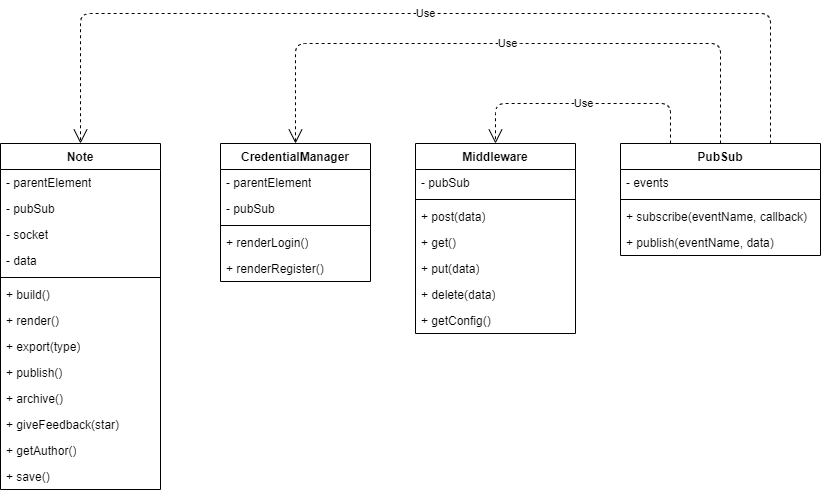
This is assets/schemas/SchemaOgetti.drawio.png from AngeloRipamonti/5C_RipamontiAvvedutoKotisCinquetti_PortaleAppunti, a draw.io export, as it was before one commit. Source tidied: cells renumbered, new cells last; positions are measured from the earlier drawing's top-left corner, leaving out a move shared by most shapes. Source of this version:
```xml
<mxGraphModel>
  <root>
    <mxCell id="0" />
    <mxCell id="1" parent="0" />
    <mxCell id="2" value="Note" style="swimlane;fontStyle=1;align=center;verticalAlign=top;horizontal=1;startSize=26;whiteSpace=wrap;html=1;" parent="1" vertex="1">
      <mxGeometry y="130" width="160" height="346" as="geometry" />
    </mxCell>
    <mxCell id="3" value="- parentElement" style="text;strokeColor=none;fillColor=none;align=left;verticalAlign=top;spacingLeft=4;spacingRight=4;overflow=hidden;whiteSpace=wrap;html=1;" parent="2" vertex="1">
      <mxGeometry y="26" width="160" height="26" as="geometry" />
    </mxCell>
    <mxCell id="4" value="- pubSub" style="text;strokeColor=none;fillColor=none;align=left;verticalAlign=top;spacingLeft=4;spacingRight=4;overflow=hidden;whiteSpace=wrap;html=1;" parent="2" vertex="1">
      <mxGeometry y="52" width="160" height="26" as="geometry" />
    </mxCell>
    <mxCell id="5" value="- socket" style="text;strokeColor=none;fillColor=none;align=left;verticalAlign=top;spacingLeft=4;spacingRight=4;overflow=hidden;whiteSpace=wrap;html=1;" parent="2" vertex="1">
      <mxGeometry y="78" width="160" height="26" as="geometry" />
    </mxCell>
    <mxCell id="6" value="- data" style="text;strokeColor=none;fillColor=none;align=left;verticalAlign=top;spacingLeft=4;spacingRight=4;overflow=hidden;whiteSpace=wrap;html=1;" parent="2" vertex="1">
      <mxGeometry y="104" width="160" height="26" as="geometry" />
    </mxCell>
    <mxCell id="7" style="line;strokeWidth=1;fillColor=none;align=left;verticalAlign=middle;spacingTop=-1;spacingLeft=3;spacingRight=3;labelPosition=right;strokeColor=inherit;" parent="2" vertex="1">
      <mxGeometry y="130" width="160" height="8" as="geometry" />
    </mxCell>
    <mxCell id="8" value="+ build()" style="text;strokeColor=none;fillColor=none;align=left;verticalAlign=top;spacingLeft=4;spacingRight=4;overflow=hidden;whiteSpace=wrap;html=1;" parent="2" vertex="1">
      <mxGeometry y="138" width="160" height="26" as="geometry" />
    </mxCell>
    <mxCell id="9" value="+ render()" style="text;strokeColor=none;fillColor=none;align=left;verticalAlign=top;spacingLeft=4;spacingRight=4;overflow=hidden;whiteSpace=wrap;html=1;" parent="2" vertex="1">
      <mxGeometry y="164" width="160" height="26" as="geometry" />
    </mxCell>
    <mxCell id="10" value="+ export(type)" style="text;strokeColor=none;fillColor=none;align=left;verticalAlign=top;spacingLeft=4;spacingRight=4;overflow=hidden;whiteSpace=wrap;html=1;" parent="2" vertex="1">
      <mxGeometry y="190" width="160" height="26" as="geometry" />
    </mxCell>
    <mxCell id="11" value="+ publish()" style="text;strokeColor=none;fillColor=none;align=left;verticalAlign=top;spacingLeft=4;spacingRight=4;overflow=hidden;whiteSpace=wrap;html=1;" parent="2" vertex="1">
      <mxGeometry y="216" width="160" height="26" as="geometry" />
    </mxCell>
    <mxCell id="12" value="+ archive()" style="text;strokeColor=none;fillColor=none;align=left;verticalAlign=top;spacingLeft=4;spacingRight=4;overflow=hidden;whiteSpace=wrap;html=1;" parent="2" vertex="1">
      <mxGeometry y="242" width="160" height="26" as="geometry" />
    </mxCell>
    <mxCell id="13" value="+ giveFeedback(star)" style="text;strokeColor=none;fillColor=none;align=left;verticalAlign=top;spacingLeft=4;spacingRight=4;overflow=hidden;whiteSpace=wrap;html=1;" parent="2" vertex="1">
      <mxGeometry y="268" width="160" height="26" as="geometry" />
    </mxCell>
    <mxCell id="14" value="+ getAuthor()" style="text;strokeColor=none;fillColor=none;align=left;verticalAlign=top;spacingLeft=4;spacingRight=4;overflow=hidden;whiteSpace=wrap;html=1;" parent="2" vertex="1">
      <mxGeometry y="294" width="160" height="26" as="geometry" />
    </mxCell>
    <mxCell id="15" value="+ save()" style="text;strokeColor=none;fillColor=none;align=left;verticalAlign=top;spacingLeft=4;spacingRight=4;overflow=hidden;whiteSpace=wrap;html=1;" parent="2" vertex="1">
      <mxGeometry y="320" width="160" height="26" as="geometry" />
    </mxCell>
    <mxCell id="16" value="CredentialManager" style="swimlane;fontStyle=1;align=center;verticalAlign=top;horizontal=1;startSize=26;whiteSpace=wrap;html=1;" parent="1" vertex="1">
      <mxGeometry x="220" y="130" width="150" height="138" as="geometry" />
    </mxCell>
    <mxCell id="17" value="- parentElement" style="text;strokeColor=none;fillColor=none;align=left;verticalAlign=top;spacingLeft=4;spacingRight=4;overflow=hidden;whiteSpace=wrap;html=1;" parent="16" vertex="1">
      <mxGeometry y="26" width="150" height="26" as="geometry" />
    </mxCell>
    <mxCell id="18" value="- pubSub" style="text;strokeColor=none;fillColor=none;align=left;verticalAlign=top;spacingLeft=4;spacingRight=4;overflow=hidden;whiteSpace=wrap;html=1;" parent="16" vertex="1">
      <mxGeometry y="52" width="150" height="26" as="geometry" />
    </mxCell>
    <mxCell id="19" style="line;strokeWidth=1;fillColor=none;align=left;verticalAlign=middle;spacingTop=-1;spacingLeft=3;spacingRight=3;labelPosition=right;strokeColor=inherit;" parent="16" vertex="1">
      <mxGeometry y="78" width="150" height="8" as="geometry" />
    </mxCell>
    <mxCell id="20" value="+ renderLogin()" style="text;strokeColor=none;fillColor=none;align=left;verticalAlign=top;spacingLeft=4;spacingRight=4;overflow=hidden;whiteSpace=wrap;html=1;" parent="16" vertex="1">
      <mxGeometry y="86" width="150" height="26" as="geometry" />
    </mxCell>
    <mxCell id="21" value="+ renderRegister()" style="text;strokeColor=none;fillColor=none;align=left;verticalAlign=top;spacingLeft=4;spacingRight=4;overflow=hidden;whiteSpace=wrap;html=1;" parent="16" vertex="1">
      <mxGeometry y="112" width="150" height="26" as="geometry" />
    </mxCell>
    <mxCell id="22" value="PubSub" style="swimlane;fontStyle=1;align=center;verticalAlign=top;horizontal=1;startSize=26;whiteSpace=wrap;html=1;" parent="1" vertex="1">
      <mxGeometry x="620" y="130" width="200" height="112" as="geometry" />
    </mxCell>
    <mxCell id="23" value="- events" style="text;strokeColor=none;fillColor=none;align=left;verticalAlign=top;spacingLeft=4;spacingRight=4;overflow=hidden;whiteSpace=wrap;html=1;" parent="22" vertex="1">
      <mxGeometry y="26" width="200" height="26" as="geometry" />
    </mxCell>
    <mxCell id="24" style="line;strokeWidth=1;fillColor=none;align=left;verticalAlign=middle;spacingTop=-1;spacingLeft=3;spacingRight=3;labelPosition=right;strokeColor=inherit;" parent="22" vertex="1">
      <mxGeometry y="52" width="200" height="8" as="geometry" />
    </mxCell>
    <mxCell id="25" value="+ subscribe(eventName, callback)" style="text;strokeColor=none;fillColor=none;align=left;verticalAlign=top;spacingLeft=4;spacingRight=4;overflow=hidden;whiteSpace=wrap;html=1;" parent="22" vertex="1">
      <mxGeometry y="60" width="200" height="26" as="geometry" />
    </mxCell>
    <mxCell id="26" value="+ publish(eventName, data)" style="text;strokeColor=none;fillColor=none;align=left;verticalAlign=top;spacingLeft=4;spacingRight=4;overflow=hidden;whiteSpace=wrap;html=1;" parent="22" vertex="1">
      <mxGeometry y="86" width="200" height="26" as="geometry" />
    </mxCell>
    <mxCell id="27" value="Use" style="endArrow=open;endSize=12;dashed=1;html=1;exitX=0.75;exitY=0;exitDx=0;exitDy=0;entryX=0.5;entryY=0;entryDx=0;entryDy=0;" parent="1" edge="1" source="22" target="2">
      <mxGeometry relative="1" as="geometry">
        <Array as="points">
          <mxPoint x="770" />
          <mxPoint x="80" />
        </Array>
      </mxGeometry>
    </mxCell>
    <mxCell id="28" value="Use" style="endArrow=open;endSize=12;dashed=1;html=1;exitX=0.5;exitY=0;exitDx=0;exitDy=0;entryX=0.5;entryY=0;entryDx=0;entryDy=0;" parent="1" edge="1" source="22" target="16">
      <mxGeometry relative="1" as="geometry">
        <Array as="points">
          <mxPoint x="720" y="30" />
          <mxPoint x="510" y="30" />
          <mxPoint x="295" y="30" />
        </Array>
      </mxGeometry>
    </mxCell>
    <mxCell id="29" value="Middleware" style="swimlane;fontStyle=1;align=center;verticalAlign=top;horizontal=1;startSize=26;whiteSpace=wrap;html=1;" parent="1" vertex="1">
      <mxGeometry x="415" y="130" width="160" height="190" as="geometry" />
    </mxCell>
    <mxCell id="30" value="- pubSub" style="text;strokeColor=none;fillColor=none;align=left;verticalAlign=top;spacingLeft=4;spacingRight=4;overflow=hidden;whiteSpace=wrap;html=1;" parent="29" vertex="1">
      <mxGeometry y="26" width="160" height="26" as="geometry" />
    </mxCell>
    <mxCell id="31" style="line;strokeWidth=1;fillColor=none;align=left;verticalAlign=middle;spacingTop=-1;spacingLeft=3;spacingRight=3;labelPosition=right;strokeColor=inherit;" parent="29" vertex="1">
      <mxGeometry y="52" width="160" height="8" as="geometry" />
    </mxCell>
    <mxCell id="32" value="+ post(data)" style="text;strokeColor=none;fillColor=none;align=left;verticalAlign=top;spacingLeft=4;spacingRight=4;overflow=hidden;whiteSpace=wrap;html=1;" parent="29" vertex="1">
      <mxGeometry y="60" width="160" height="26" as="geometry" />
    </mxCell>
    <mxCell id="33" value="+ get()" style="text;strokeColor=none;fillColor=none;align=left;verticalAlign=top;spacingLeft=4;spacingRight=4;overflow=hidden;whiteSpace=wrap;html=1;" parent="29" vertex="1">
      <mxGeometry y="86" width="160" height="26" as="geometry" />
    </mxCell>
    <mxCell id="34" value="+ put(data)" style="text;strokeColor=none;fillColor=none;align=left;verticalAlign=top;spacingLeft=4;spacingRight=4;overflow=hidden;whiteSpace=wrap;html=1;" parent="29" vertex="1">
      <mxGeometry y="112" width="160" height="26" as="geometry" />
    </mxCell>
    <mxCell id="35" value="+ delete(data)" style="text;strokeColor=none;fillColor=none;align=left;verticalAlign=top;spacingLeft=4;spacingRight=4;overflow=hidden;whiteSpace=wrap;html=1;" parent="29" vertex="1">
      <mxGeometry y="138" width="160" height="26" as="geometry" />
    </mxCell>
    <mxCell id="36" value="+ getConfig()" style="text;strokeColor=none;fillColor=none;align=left;verticalAlign=top;spacingLeft=4;spacingRight=4;overflow=hidden;whiteSpace=wrap;html=1;" parent="29" vertex="1">
      <mxGeometry y="164" width="160" height="26" as="geometry" />
    </mxCell>
    <mxCell id="37" value="Use" style="endArrow=open;endSize=12;dashed=1;html=1;exitX=0.25;exitY=0;exitDx=0;exitDy=0;entryX=0.5;entryY=0;entryDx=0;entryDy=0;" parent="1" edge="1" source="22" target="29">
      <mxGeometry relative="1" as="geometry">
        <Array as="points">
          <mxPoint x="670" y="90" />
          <mxPoint x="495" y="90" />
        </Array>
      </mxGeometry>
    </mxCell>
  </root>
</mxGraphModel>
```
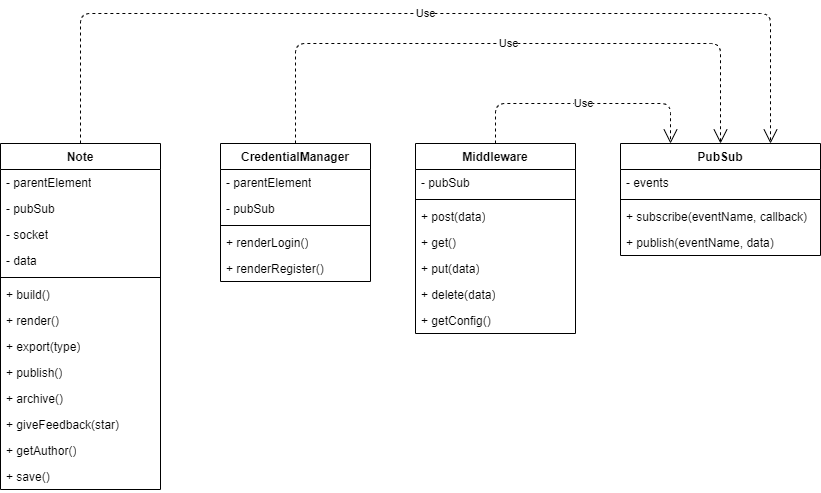
Later version of the same file.

Commit message:
reverse arrow

What changed in the source:
```diff
@@ -77,20 +77,20 @@
     <mxCell id="26" value="+ publish(eventName, data)" style="text;strokeColor=none;fillColor=none;align=left;verticalAlign=top;spacingLeft=4;spacingRight=4;overflow=hidden;whiteSpace=wrap;html=1;" parent="22" vertex="1">
       <mxGeometry y="86" width="200" height="26" as="geometry" />
     </mxCell>
-    <mxCell id="27" value="Use" style="endArrow=open;endSize=12;dashed=1;html=1;exitX=0.75;exitY=0;exitDx=0;exitDy=0;entryX=0.5;entryY=0;entryDx=0;entryDy=0;" parent="1" edge="1" source="22" target="2">
+    <mxCell id="27" value="Use" style="endArrow=open;endSize=12;dashed=1;html=1;exitX=0.5;exitY=0;exitDx=0;exitDy=0;entryX=0.75;entryY=0;entryDx=0;entryDy=0;" parent="1" edge="1" source="2" target="22">
       <mxGeometry relative="1" as="geometry">
         <Array as="points">
+          <mxPoint x="80" />
           <mxPoint x="770" />
-          <mxPoint x="80" />
         </Array>
       </mxGeometry>
     </mxCell>
-    <mxCell id="28" value="Use" style="endArrow=open;endSize=12;dashed=1;html=1;exitX=0.5;exitY=0;exitDx=0;exitDy=0;entryX=0.5;entryY=0;entryDx=0;entryDy=0;" parent="1" edge="1" source="22" target="16">
+    <mxCell id="28" value="Use" style="endArrow=open;endSize=12;dashed=1;html=1;exitX=0.5;exitY=0;exitDx=0;exitDy=0;entryX=0.5;entryY=0;entryDx=0;entryDy=0;" parent="1" edge="1" source="16" target="22">
       <mxGeometry relative="1" as="geometry">
         <Array as="points">
+          <mxPoint x="295" y="30" />
+          <mxPoint x="510" y="30" />
           <mxPoint x="720" y="30" />
-          <mxPoint x="510" y="30" />
-          <mxPoint x="295" y="30" />
         </Array>
       </mxGeometry>
     </mxCell>
@@ -118,11 +118,11 @@
     <mxCell id="36" value="+ getConfig()" style="text;strokeColor=none;fillColor=none;align=left;verticalAlign=top;spacingLeft=4;spacingRight=4;overflow=hidden;whiteSpace=wrap;html=1;" parent="29" vertex="1">
       <mxGeometry y="164" width="160" height="26" as="geometry" />
     </mxCell>
-    <mxCell id="37" value="Use" style="endArrow=open;endSize=12;dashed=1;html=1;exitX=0.25;exitY=0;exitDx=0;exitDy=0;entryX=0.5;entryY=0;entryDx=0;entryDy=0;" parent="1" edge="1" source="22" target="29">
+    <mxCell id="37" value="Use" style="endArrow=open;endSize=12;dashed=1;html=1;exitX=0.5;exitY=0;exitDx=0;exitDy=0;entryX=0.25;entryY=0;entryDx=0;entryDy=0;" parent="1" edge="1" source="29" target="22">
       <mxGeometry relative="1" as="geometry">
         <Array as="points">
+          <mxPoint x="495" y="90" />
           <mxPoint x="670" y="90" />
-          <mxPoint x="495" y="90" />
         </Array>
       </mxGeometry>
     </mxCell>
```
